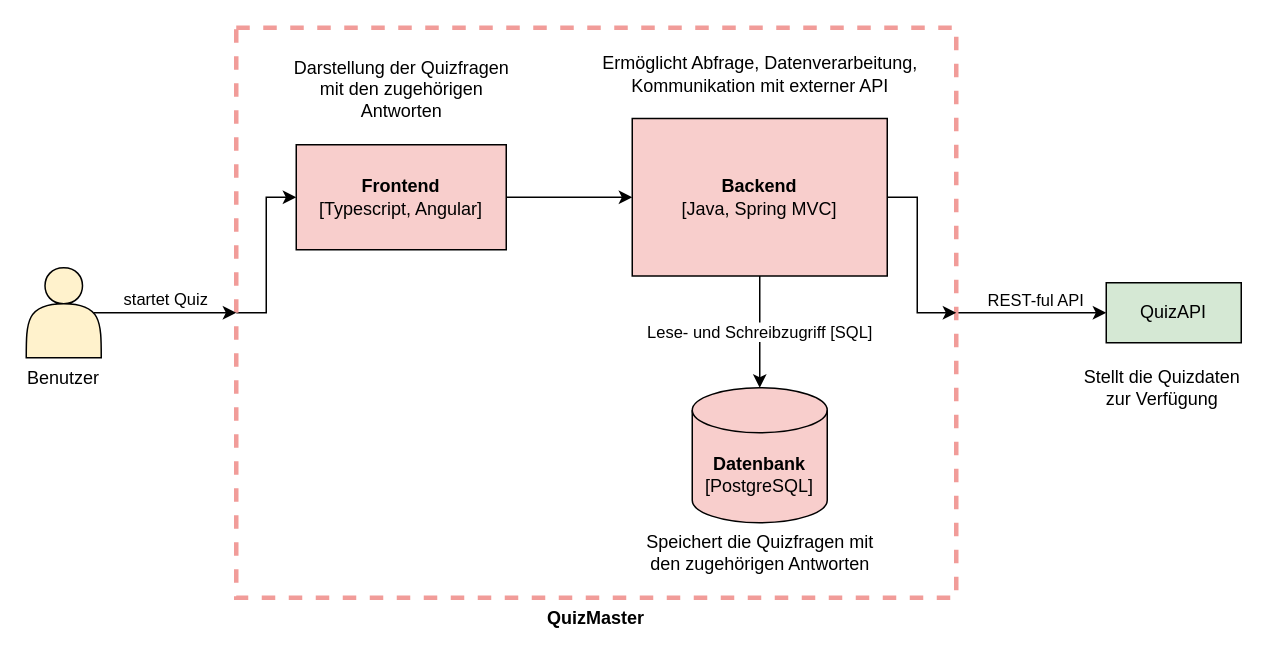
The draw.io diagram diagrams/ContainerDiagram.drawio in FranziskaGreiner/QuizMaster, before the edit. Source tidied: cells renumbered, new cells numbered last; positions are measured from the earlier drawing's top-left corner, leaving out a move shared by most shapes. Both pictures are drawn from the tidied source at 150%, with x=0, y=0 at pixel (26, 27).
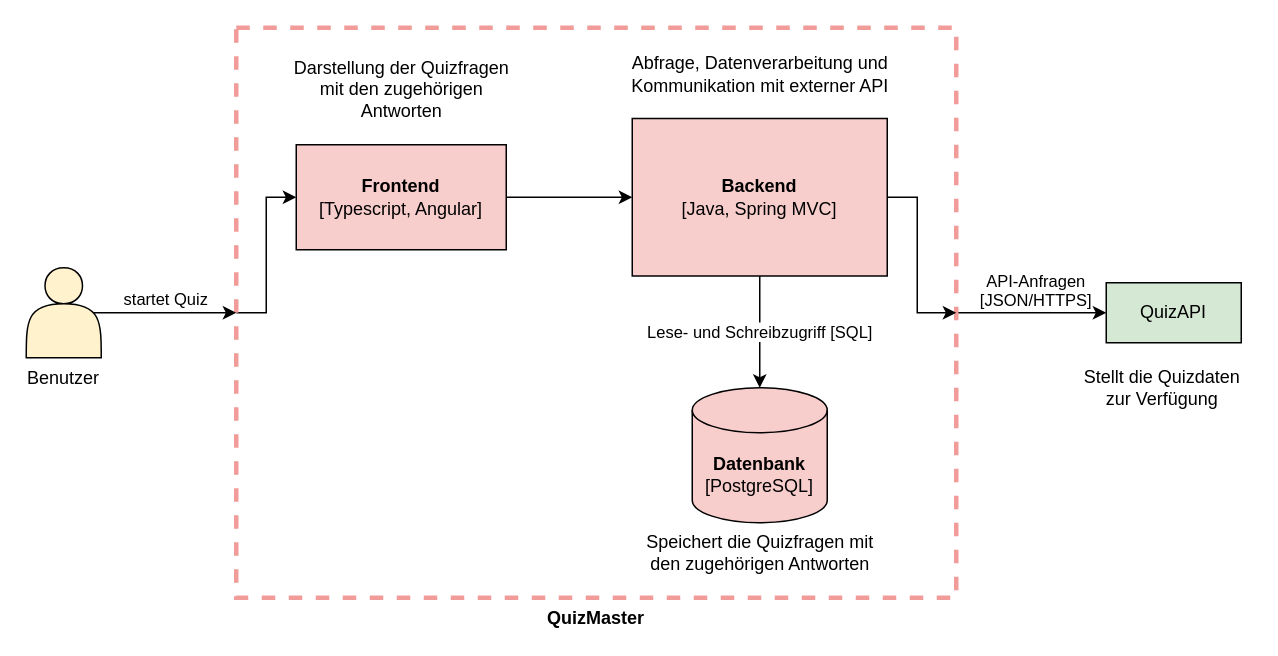
After the change.

The change refers to these unchanged cells:
```xml
<mxCell id="2" style="edgeStyle=orthogonalEdgeStyle;rounded=0;jettySize=auto;html=1;exitX=1;exitY=0.5;exitDx=0;exitDy=0;entryX=0;entryY=0.5;entryDx=0;entryDy=0;fontColor=#000000;strokeColor=#000000;" parent="1" edge="1" source="5" target="6">
  <mxGeometry relative="1" as="geometry" />
</mxCell>
```

What changed in the source:
```diff
@@
-    <mxCell id="3" value="REST-ful API" style="edgeLabel;html=1;align=center;verticalAlign=bottom;fontColor=#000000;labelPosition=center;verticalLabelPosition=top;" parent="2" vertex="1">
+    <mxCell id="3" value="&lt;div&gt;API-Anfragen&lt;/div&gt;&lt;div&gt;[JSON/HTTPS]&lt;br&gt;&lt;/div&gt;" style="edgeLabel;html=1;align=center;verticalAlign=bottom;fontColor=#000000;labelPosition=center;verticalLabelPosition=top;" parent="2" vertex="1">
       <mxGeometry x="-0.19" y="-4" relative="1" as="geometry">
         <mxPoint x="11" y="-4" as="offset" />
       </mxGeometry>
     </mxCell>
@@
-    <mxCell id="17" value="&lt;div&gt;Ermöglicht Abfrage, Datenverarbeitung,&lt;/div&gt;&lt;div&gt;Kommunikation mit externer API&lt;/div&gt;" style="text;html=1;align=center;verticalAlign=middle;strokeColor=none;fillColor=none;fontColor=#000000;" parent="1" vertex="1">
-      <mxGeometry x="374" y="10.5" width="230" height="40" as="geometry" />
+    <mxCell id="17" value="&lt;div&gt;Abfrage, Datenverarbeitung und&lt;br&gt;&lt;/div&gt;&lt;div&gt;Kommunikation mit externer API&lt;/div&gt;" style="text;html=1;align=center;verticalAlign=middle;strokeColor=none;fillColor=none;fontColor=#000000;" parent="1" vertex="1">
+      <mxGeometry x="394" y="10.5" width="190" height="40" as="geometry" />
     </mxCell>
```
